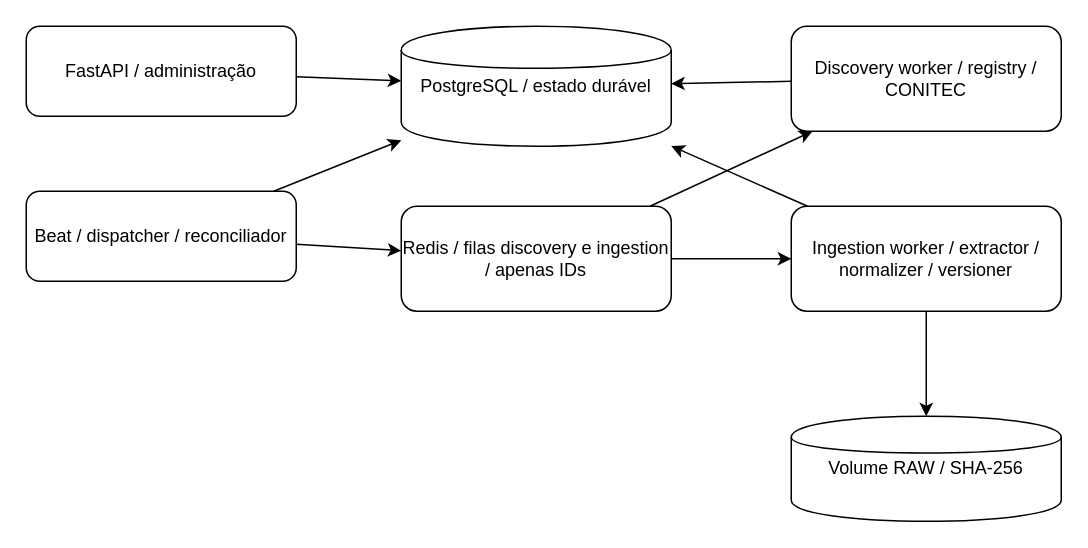
Leagali/Medguide keeps this draw.io diagram as docs/architecture.drawio. Above is the earlier version. Source tidied: cells renumbered, new cells numbered last; positions are measured from the earlier drawing's top-left corner, leaving out a move shared by most shapes. Both pictures are drawn from the tidied source at 150%, with x=0, y=0 at pixel (26, 26).
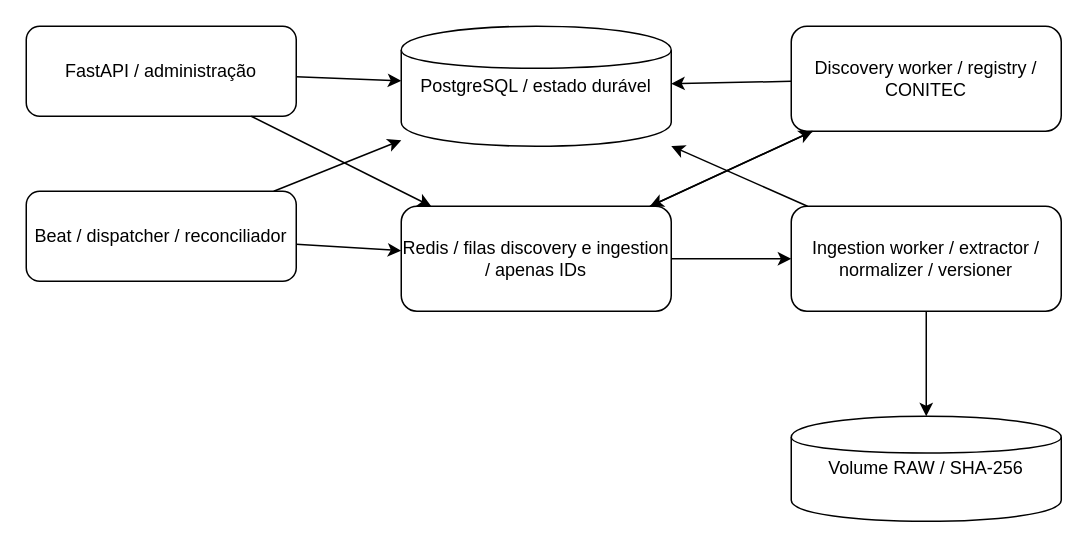
Above is the later version.

Diff of the diagram source:
```diff
@@
 <mxGraphModel>
   <root>
     <mxCell id="0" />
     <mxCell id="1" parent="0" />
     <mxCell id="2" value="FastAPI / administração" style="rounded=1;whiteSpace=wrap;html=1;" parent="1" vertex="1">
       <mxGeometry width="180" height="60" as="geometry" />
     </mxCell>
     <mxCell id="3" value="Beat / dispatcher / reconciliador" style="rounded=1;whiteSpace=wrap;html=1;" parent="1" vertex="1">
       <mxGeometry y="110" width="180" height="60" as="geometry" />
     </mxCell>
     <mxCell id="4" value="PostgreSQL / estado durável" style="shape=cylinder;whiteSpace=wrap;html=1;" parent="1" vertex="1">
       <mxGeometry x="250" width="180" height="80" as="geometry" />
     </mxCell>
     <mxCell id="5" value="Redis / filas discovery e ingestion / apenas IDs" style="rounded=1;whiteSpace=wrap;html=1;" parent="1" vertex="1">
       <mxGeometry x="250" y="120" width="180" height="70" as="geometry" />
     </mxCell>
     <mxCell id="6" value="Discovery worker / registry / CONITEC" style="rounded=1;whiteSpace=wrap;html=1;" parent="1" vertex="1">
       <mxGeometry x="510" width="180" height="70" as="geometry" />
     </mxCell>
     <mxCell id="7" value="Ingestion worker / extractor / normalizer / versioner" style="rounded=1;whiteSpace=wrap;html=1;" parent="1" vertex="1">
       <mxGeometry x="510" y="120" width="180" height="70" as="geometry" />
     </mxCell>
     <mxCell id="8" value="Volume RAW / SHA-256" style="shape=cylinder;whiteSpace=wrap;html=1;" parent="1" vertex="1">
       <mxGeometry x="510" y="260" width="180" height="70" as="geometry" />
     </mxCell>
     <mxCell id="9" parent="1" edge="1" source="2" target="4">
       <mxGeometry relative="1" as="geometry" />
     </mxCell>
     <mxCell id="10" parent="1" edge="1" source="3" target="4">
       <mxGeometry relative="1" as="geometry" />
     </mxCell>
     <mxCell id="11" parent="1" edge="1" source="3" target="5">
       <mxGeometry relative="1" as="geometry" />
     </mxCell>
     <mxCell id="12" parent="1" edge="1" source="5" target="6">
       <mxGeometry relative="1" as="geometry" />
     </mxCell>
     <mxCell id="13" parent="1" edge="1" source="5" target="7">
       <mxGeometry relative="1" as="geometry" />
     </mxCell>
     <mxCell id="14" parent="1" edge="1" source="6" target="4">
       <mxGeometry relative="1" as="geometry" />
     </mxCell>
     <mxCell id="15" parent="1" edge="1" source="7" target="4">
       <mxGeometry relative="1" as="geometry" />
     </mxCell>
     <mxCell id="16" parent="1" edge="1" source="7" target="8">
       <mxGeometry relative="1" as="geometry" />
     </mxCell>
+    <mxCell id="17" parent="1" edge="1" source="6" target="5">
+      <mxGeometry relative="1" as="geometry" />
+    </mxCell>
+    <mxCell id="18" parent="1" edge="1" source="2" target="5">
+      <mxGeometry relative="1" as="geometry" />
+    </mxCell>
   </root>
 </mxGraphModel>
```
